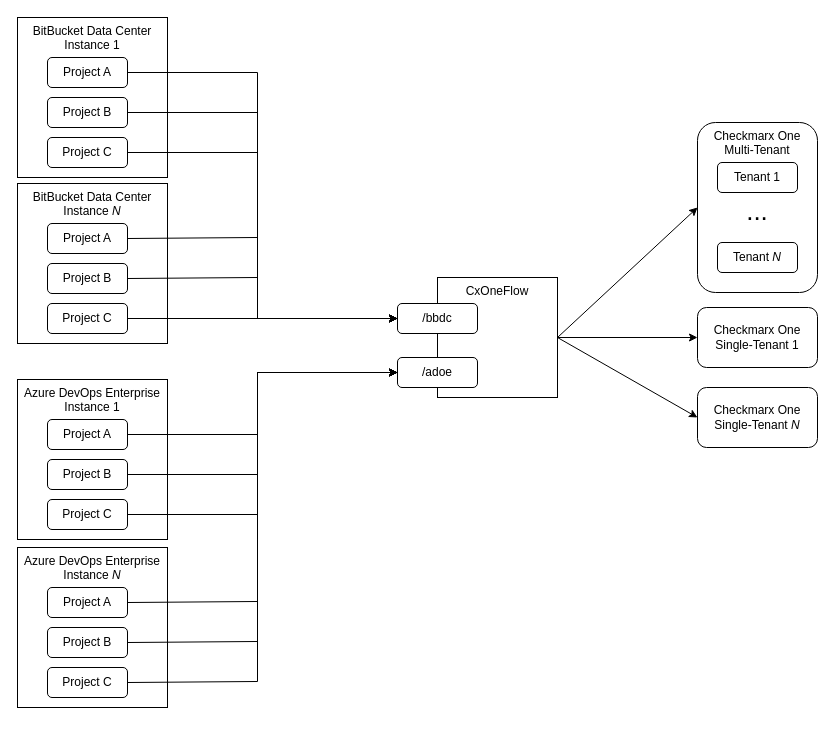
This is page "Webhooks" (1 of 6) of manual/graphics/cxoneflow-diagrams.drawio from rattalur/cxone-flow2, a draw.io file, before an edit. Source tidied: cells renumbered, new cells numbered last; positions are measured from the earlier drawing's top-left corner, leaving out a move shared by most shapes. Both pictures are drawn from the tidied source at 100%, with x=0, y=0 at pixel (17, 17).
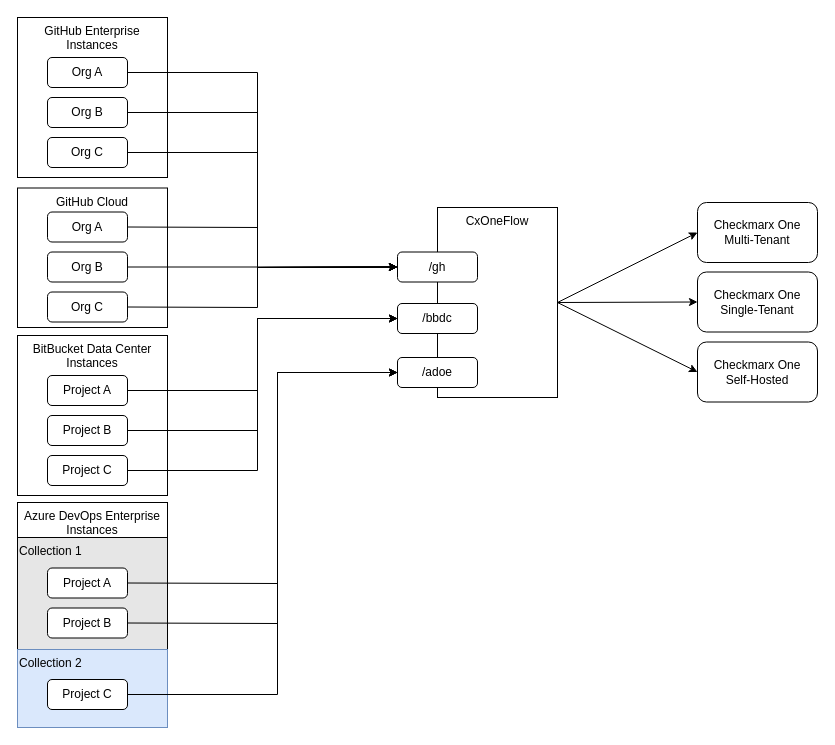
Above is the later version.

Change to the diagram source:
```diff
@@
-    <mxCell id="2" value="BitBucket Data Center&lt;div&gt;Instance 1&lt;/div&gt;" style="rounded=0;whiteSpace=wrap;html=1;verticalAlign=top;" parent="1" vertex="1">
+    <mxCell id="2" value="GitHub Enterprise&lt;div&gt;Instances&lt;/div&gt;" style="rounded=0;whiteSpace=wrap;html=1;verticalAlign=top;" parent="1" vertex="1">
       <mxGeometry width="150" height="160" as="geometry" />
     </mxCell>
-    <mxCell id="3" value="Project A" style="rounded=1;whiteSpace=wrap;html=1;" parent="1" vertex="1">
+    <mxCell id="3" value="Org A" style="rounded=1;whiteSpace=wrap;html=1;" parent="1" vertex="1">
       <mxGeometry x="30" y="40" width="80" height="30" as="geometry" />
     </mxCell>
-    <mxCell id="4" value="Project B" style="rounded=1;whiteSpace=wrap;html=1;" parent="1" vertex="1">
+    <mxCell id="4" value="Org B" style="rounded=1;whiteSpace=wrap;html=1;" parent="1" vertex="1">
       <mxGeometry x="30" y="80" width="80" height="30" as="geometry" />
     </mxCell>
-    <mxCell id="5" value="Project C" style="rounded=1;whiteSpace=wrap;html=1;" parent="1" vertex="1">
+    <mxCell id="5" value="Org C" style="rounded=1;whiteSpace=wrap;html=1;" parent="1" vertex="1">
       <mxGeometry x="30" y="120" width="80" height="30" as="geometry" />
     </mxCell>
-    <mxCell id="6" value="BitBucket Data Center&lt;div&gt;Instance &lt;i&gt;N&lt;/i&gt;&lt;/div&gt;" style="rounded=0;whiteSpace=wrap;html=1;verticalAlign=top;" parent="1" vertex="1">
-      <mxGeometry y="166" width="150" height="160" as="geometry" />
+    <mxCell id="6" value="BitBucket Data Center&lt;div&gt;Instances&lt;/div&gt;" style="rounded=0;whiteSpace=wrap;html=1;verticalAlign=top;" parent="1" vertex="1">
+      <mxGeometry y="318" width="150" height="160" as="geometry" />
     </mxCell>
     <mxCell id="7" value="Project A" style="rounded=1;whiteSpace=wrap;html=1;" parent="1" vertex="1">
-      <mxGeometry x="30" y="206" width="80" height="30" as="geometry" />
+      <mxGeometry x="30" y="358" width="80" height="30" as="geometry" />
     </mxCell>
     <mxCell id="8" value="Project B" style="rounded=1;whiteSpace=wrap;html=1;" parent="1" vertex="1">
-      <mxGeometry x="30" y="246" width="80" height="30" as="geometry" />
+      <mxGeometry x="30" y="398" width="80" height="30" as="geometry" />
     </mxCell>
     <mxCell id="9" value="Project C" style="rounded=1;whiteSpace=wrap;html=1;" parent="1" vertex="1">
-      <mxGeometry x="30" y="286" width="80" height="30" as="geometry" />
+      <mxGeometry x="30" y="438" width="80" height="30" as="geometry" />
     </mxCell>
-    <mxCell id="10" style="group;" parent="1" vertex="1">
-      <mxGeometry x="380" y="260" width="160" height="120" as="geometry" />
-    </mxCell>
-    <mxCell id="11" value="CxOneFlow" style="rounded=0;whiteSpace=wrap;html=1;verticalAlign=top;" parent="10" vertex="1">
-      <mxGeometry x="40" width="120" height="120" as="geometry" />
-    </mxCell>
-    <mxCell id="12" value="/bbdc" style="rounded=1;whiteSpace=wrap;html=1;" parent="10" vertex="1">
-      <mxGeometry y="26" width="80" height="30" as="geometry" />
-    </mxCell>
-    <mxCell id="13" value="/adoe" style="rounded=1;whiteSpace=wrap;html=1;" parent="10" vertex="1">
-      <mxGeometry y="80" width="80" height="30" as="geometry" />
-    </mxCell>
-    <mxCell id="14" value="Checkmarx One&lt;div&gt;Multi-Tenant&lt;/div&gt;" style="rounded=1;whiteSpace=wrap;html=1;verticalAlign=top;" parent="1" vertex="1">
-      <mxGeometry x="680" y="105" width="120" height="170" as="geometry" />
-    </mxCell>
-    <mxCell id="15" value="Checkmarx One&lt;div&gt;Single-Tenant &lt;i&gt;N&lt;/i&gt;&lt;/div&gt;" style="rounded=1;whiteSpace=wrap;html=1;" parent="1" vertex="1">
-      <mxGeometry x="680" y="370" width="120" height="60" as="geometry" />
+    <mxCell id="15" value="Checkmarx One&lt;div&gt;Self-Hosted&lt;/div&gt;" style="rounded=1;whiteSpace=wrap;html=1;" parent="1" vertex="1">
+      <mxGeometry x="680" y="324.5" width="120" height="60" as="geometry" />
     </mxCell>
-    <mxCell id="16" value="Checkmarx One&lt;div&gt;Single-Tenant 1&lt;/div&gt;" style="rounded=1;whiteSpace=wrap;html=1;" parent="1" vertex="1">
-      <mxGeometry x="680" y="290" width="120" height="60" as="geometry" />
+    <mxCell id="16" value="Checkmarx One&lt;div&gt;Single-Tenant&lt;/div&gt;" style="rounded=1;whiteSpace=wrap;html=1;" parent="1" vertex="1">
+      <mxGeometry x="680" y="254.5" width="120" height="60" as="geometry" />
     </mxCell>
-    <mxCell id="17" value="Tenant 1" style="rounded=1;whiteSpace=wrap;html=1;" parent="1" vertex="1">
-      <mxGeometry x="700" y="145" width="80" height="30" as="geometry" />
-    </mxCell>
-    <mxCell id="18" value="Tenant &lt;i&gt;N&lt;/i&gt;" style="rounded=1;whiteSpace=wrap;html=1;" parent="1" vertex="1">
-      <mxGeometry x="700" y="225" width="80" height="30" as="geometry" />
-    </mxCell>
-    <mxCell id="19" value="..." style="text;strokeColor=none;align=center;fillColor=none;html=1;verticalAlign=middle;whiteSpace=wrap;rounded=0;fontSize=26;" parent="1" vertex="1">
-      <mxGeometry x="710" y="179" width="60" height="30" as="geometry" />
-    </mxCell>
-    <mxCell id="20" value="Azure DevOps Enterprise&lt;div&gt;Instance &lt;i&gt;N&lt;/i&gt;&lt;/div&gt;" style="rounded=0;whiteSpace=wrap;html=1;verticalAlign=top;" parent="1" vertex="1">
-      <mxGeometry y="530" width="150" height="160" as="geometry" />
+    <mxCell id="20" value="Azure DevOps Enterprise&lt;div&gt;Instances&lt;/div&gt;" style="rounded=0;whiteSpace=wrap;html=1;verticalAlign=top;" parent="1" vertex="1">
+      <mxGeometry y="485" width="150" height="221" as="geometry" />
     </mxCell>
-    <mxCell id="21" value="Azure DevOps Enterprise&lt;div&gt;Instance 1&lt;/div&gt;" style="rounded=0;whiteSpace=wrap;html=1;verticalAlign=top;" parent="1" vertex="1">
-      <mxGeometry y="362" width="150" height="160" as="geometry" />
-    </mxCell>
-    <mxCell id="22" value="Project A" style="rounded=1;whiteSpace=wrap;html=1;" parent="1" vertex="1">
-      <mxGeometry x="30" y="402" width="80" height="30" as="geometry" />
-    </mxCell>
-    <mxCell id="23" value="Project B" style="rounded=1;whiteSpace=wrap;html=1;" parent="1" vertex="1">
-      <mxGeometry x="30" y="442" width="80" height="30" as="geometry" />
-    </mxCell>
-    <mxCell id="24" value="Project C" style="rounded=1;whiteSpace=wrap;html=1;" parent="1" vertex="1">
-      <mxGeometry x="30" y="482" width="80" height="30" as="geometry" />
-    </mxCell>
+    <mxCell id="43" value="Collection 1" style="rounded=0;whiteSpace=wrap;html=1;align=left;verticalAlign=top;fillColor=#E6E6E6;" parent="1" vertex="1">
+      <mxGeometry y="520" width="150" height="112" as="geometry" />
+    </mxCell>
     <mxCell id="25" value="Project A" style="rounded=1;whiteSpace=wrap;html=1;" parent="1" vertex="1">
-      <mxGeometry x="30" y="570" width="80" height="30" as="geometry" />
+      <mxGeometry x="30" y="550.5" width="80" height="30" as="geometry" />
     </mxCell>
     <mxCell id="26" value="Project B" style="rounded=1;whiteSpace=wrap;html=1;" parent="1" vertex="1">
-      <mxGeometry x="30" y="610" width="80" height="30" as="geometry" />
+      <mxGeometry x="30" y="590.5" width="80" height="30" as="geometry" />
     </mxCell>
+    <mxCell id="44" value="Collection 2" style="rounded=0;whiteSpace=wrap;html=1;align=left;verticalAlign=top;fillColor=#dae8fc;strokeColor=#6c8ebf;" parent="1" vertex="1">
+      <mxGeometry y="632" width="150" height="78" as="geometry" />
+    </mxCell>
     <mxCell id="27" value="Project C" style="rounded=1;whiteSpace=wrap;html=1;" parent="1" vertex="1">
-      <mxGeometry x="30" y="650" width="80" height="30" as="geometry" />
+      <mxGeometry x="30" y="662" width="80" height="30" as="geometry" />
     </mxCell>
@@
-    <mxCell id="31" style="endArrow=classic;html=1;rounded=0;exitX=1;exitY=0.5;exitDx=0;exitDy=0;entryX=0;entryY=0.5;entryDx=0;entryDy=0;" parent="1" edge="1" source="22" target="13">
-      <mxGeometry relative="1" as="geometry">
-        <Array as="points">
-          <mxPoint x="240" y="417" />
-          <mxPoint x="240" y="355" />
-        </Array>
-      </mxGeometry>
-    </mxCell>
-    <mxCell id="32" style="endArrow=classic;html=1;rounded=0;exitX=1;exitY=0.5;exitDx=0;exitDy=0;entryX=0;entryY=0.5;entryDx=0;entryDy=0;" parent="1" edge="1" source="23" target="13">
-      <mxGeometry relative="1" as="geometry">
-        <Array as="points">
-          <mxPoint x="240" y="457" />
-          <mxPoint x="240" y="420" />
-          <mxPoint x="240" y="355" />
-        </Array>
-      </mxGeometry>
-    </mxCell>
-    <mxCell id="33" style="endArrow=classic;html=1;rounded=0;exitX=1;exitY=0.5;exitDx=0;exitDy=0;entryX=0;entryY=0.5;entryDx=0;entryDy=0;" parent="1" edge="1" source="24" target="13">
-      <mxGeometry relative="1" as="geometry">
-        <Array as="points">
-          <mxPoint x="240" y="497" />
-          <mxPoint x="240" y="355" />
-        </Array>
-      </mxGeometry>
-    </mxCell>
-    <mxCell id="34" style="endArrow=classic;html=1;rounded=0;exitX=1;exitY=0.5;exitDx=0;exitDy=0;entryX=0;entryY=0.5;entryDx=0;entryDy=0;" parent="1" edge="1" source="25" target="13">
-      <mxGeometry relative="1" as="geometry">
-        <Array as="points">
-          <mxPoint x="240" y="584" />
-          <mxPoint x="240" y="522" />
-          <mxPoint x="240" y="355" />
-        </Array>
-      </mxGeometry>
-    </mxCell>
-    <mxCell id="35" style="endArrow=classic;html=1;rounded=0;exitX=1;exitY=0.5;exitDx=0;exitDy=0;entryX=0;entryY=0.5;entryDx=0;entryDy=0;" parent="1" edge="1" source="26" target="13">
-      <mxGeometry relative="1" as="geometry">
-        <Array as="points">
-          <mxPoint x="240" y="624" />
-          <mxPoint x="240" y="587" />
-          <mxPoint x="240" y="522" />
-          <mxPoint x="240" y="355" />
-        </Array>
-      </mxGeometry>
-    </mxCell>
-    <mxCell id="36" style="endArrow=classic;html=1;rounded=0;exitX=1;exitY=0.5;exitDx=0;exitDy=0;entryX=0;entryY=0.5;entryDx=0;entryDy=0;" parent="1" edge="1" source="27" target="13">
-      <mxGeometry relative="1" as="geometry">
-        <Array as="points">
-          <mxPoint x="240" y="664" />
-          <mxPoint x="240" y="522" />
-          <mxPoint x="240" y="355" />
-        </Array>
-      </mxGeometry>
-    </mxCell>
     <mxCell id="37" style="endArrow=classic;html=1;rounded=0;entryX=0;entryY=0.5;entryDx=0;entryDy=0;exitX=1;exitY=0.5;exitDx=0;exitDy=0;" parent="1" edge="1" source="9" target="12">
-      <mxGeometry relative="1" as="geometry" />
+      <mxGeometry relative="1" as="geometry">
+        <Array as="points">
+          <mxPoint x="240" y="453" />
+          <mxPoint x="240" y="301" />
+        </Array>
+      </mxGeometry>
     </mxCell>
     <mxCell id="38" style="endArrow=classic;html=1;rounded=0;exitX=1;exitY=0.5;exitDx=0;exitDy=0;entryX=0;entryY=0.5;entryDx=0;entryDy=0;" parent="1" edge="1" source="8" target="12">
       <mxGeometry relative="1" as="geometry">
         <Array as="points">
-          <mxPoint x="240" y="260" />
+          <mxPoint x="240" y="413" />
           <mxPoint x="240" y="301" />
         </Array>
       </mxGeometry>
     </mxCell>
     <mxCell id="39" style="endArrow=classic;html=1;rounded=0;exitX=1;exitY=0.5;exitDx=0;exitDy=0;entryX=0;entryY=0.5;entryDx=0;entryDy=0;" parent="1" edge="1" source="7" target="12">
       <mxGeometry relative="1" as="geometry">
         <Array as="points">
-          <mxPoint x="240" y="220" />
+          <mxPoint x="240" y="373" />
           <mxPoint x="240" y="301" />
         </Array>
       </mxGeometry>
     </mxCell>
-    <mxCell id="40" style="endArrow=classic;html=1;rounded=0;exitX=1;exitY=0.5;exitDx=0;exitDy=0;entryX=0;entryY=0.5;entryDx=0;entryDy=0;" parent="1" edge="1" source="5" target="12">
+    <mxCell id="40" style="endArrow=classic;html=1;rounded=0;exitX=1;exitY=0.5;exitDx=0;exitDy=0;entryX=0;entryY=0.5;entryDx=0;entryDy=0;" parent="1" edge="1" source="5" target="45">
       <mxGeometry relative="1" as="geometry">
         <Array as="points">
           <mxPoint x="240" y="135" />
-          <mxPoint x="240" y="301" />
+          <mxPoint x="240" y="250" />
         </Array>
       </mxGeometry>
     </mxCell>
-    <mxCell id="41" style="endArrow=classic;html=1;rounded=0;exitX=1;exitY=0.5;exitDx=0;exitDy=0;entryX=0;entryY=0.5;entryDx=0;entryDy=0;" parent="1" edge="1" source="4" target="12">
+    <mxCell id="41" style="endArrow=classic;html=1;rounded=0;exitX=1;exitY=0.5;exitDx=0;exitDy=0;entryX=0;entryY=0.5;entryDx=0;entryDy=0;" parent="1" edge="1" source="4" target="45">
       <mxGeometry relative="1" as="geometry">
         <Array as="points">
           <mxPoint x="240" y="95" />
-          <mxPoint x="240" y="301" />
+          <mxPoint x="240" y="250" />
         </Array>
       </mxGeometry>
     </mxCell>
-    <mxCell id="42" style="endArrow=classic;html=1;rounded=0;exitX=1;exitY=0.5;exitDx=0;exitDy=0;entryX=0;entryY=0.5;entryDx=0;entryDy=0;" parent="1" edge="1" source="3" target="12">
+    <mxCell id="42" style="endArrow=classic;html=1;rounded=0;exitX=1;exitY=0.5;exitDx=0;exitDy=0;entryX=0;entryY=0.5;entryDx=0;entryDy=0;" parent="1" edge="1" source="3" target="45">
       <mxGeometry relative="1" as="geometry">
         <Array as="points">
           <mxPoint x="240" y="55" />
-          <mxPoint x="240" y="301" />
+          <mxPoint x="240" y="250" />
         </Array>
       </mxGeometry>
     </mxCell>
+    <mxCell id="11" value="CxOneFlow" style="rounded=0;whiteSpace=wrap;html=1;verticalAlign=top;" parent="1" vertex="1">
+      <mxGeometry x="420" y="190" width="120" height="190" as="geometry" />
+    </mxCell>
+    <mxCell id="12" value="/bbdc" style="rounded=1;whiteSpace=wrap;html=1;" parent="1" vertex="1">
+      <mxGeometry x="380" y="286" width="80" height="30" as="geometry" />
+    </mxCell>
+    <mxCell id="13" value="/adoe" style="rounded=1;whiteSpace=wrap;html=1;" parent="1" vertex="1">
+      <mxGeometry x="380" y="340" width="80" height="30" as="geometry" />
+    </mxCell>
+    <mxCell id="45" value="/gh" style="rounded=1;whiteSpace=wrap;html=1;" parent="1" vertex="1">
+      <mxGeometry x="380" y="234.5" width="80" height="30" as="geometry" />
+    </mxCell>
+    <mxCell id="46" value="GitHub Cloud" style="rounded=0;whiteSpace=wrap;html=1;verticalAlign=top;" parent="1" vertex="1">
+      <mxGeometry y="170.5" width="150" height="139.5" as="geometry" />
+    </mxCell>
+    <mxCell id="47" value="Org A" style="rounded=1;whiteSpace=wrap;html=1;" parent="1" vertex="1">
+      <mxGeometry x="30" y="194.5" width="80" height="30" as="geometry" />
+    </mxCell>
+    <mxCell id="48" value="Org B" style="rounded=1;whiteSpace=wrap;html=1;" parent="1" vertex="1">
+      <mxGeometry x="30" y="234.5" width="80" height="30" as="geometry" />
+    </mxCell>
+    <mxCell id="49" value="Org C" style="rounded=1;whiteSpace=wrap;html=1;" parent="1" vertex="1">
+      <mxGeometry x="30" y="274.5" width="80" height="30" as="geometry" />
+    </mxCell>
+    <mxCell id="50" style="endArrow=classic;html=1;rounded=0;entryX=0;entryY=0.5;entryDx=0;entryDy=0;exitX=1;exitY=0.5;exitDx=0;exitDy=0;" parent="1" edge="1" source="48" target="45">
+      <mxGeometry relative="1" as="geometry" />
+    </mxCell>
+    <mxCell id="51" style="endArrow=classic;html=1;rounded=0;entryX=0;entryY=0.5;entryDx=0;entryDy=0;exitX=1;exitY=0.5;exitDx=0;exitDy=0;" parent="1" edge="1" source="47" target="45">
+      <mxGeometry relative="1" as="geometry">
+        <Array as="points">
+          <mxPoint x="240" y="210" />
+          <mxPoint x="240" y="250" />
+        </Array>
+      </mxGeometry>
+    </mxCell>
+    <mxCell id="52" style="endArrow=classic;html=1;rounded=0;entryX=0;entryY=0.5;entryDx=0;entryDy=0;exitX=1;exitY=0.5;exitDx=0;exitDy=0;" parent="1" edge="1" source="49" target="45">
+      <mxGeometry relative="1" as="geometry">
+        <Array as="points">
+          <mxPoint x="240" y="290" />
+          <mxPoint x="240" y="250" />
+        </Array>
+      </mxGeometry>
+    </mxCell>
+    <mxCell id="14" value="Checkmarx One&lt;div&gt;Multi-Tenant&lt;/div&gt;" style="rounded=1;whiteSpace=wrap;html=1;" parent="1" vertex="1">
+      <mxGeometry x="680" y="185" width="120" height="60" as="geometry" />
+    </mxCell>
+    <mxCell id="34" style="endArrow=classic;html=1;rounded=0;exitX=1;exitY=0.5;exitDx=0;exitDy=0;entryX=0;entryY=0.5;entryDx=0;entryDy=0;" parent="1" edge="1" source="25" target="13">
+      <mxGeometry relative="1" as="geometry">
+        <Array as="points">
+          <mxPoint x="260" y="566" />
+          <mxPoint x="260" y="355" />
+        </Array>
+      </mxGeometry>
+    </mxCell>
+    <mxCell id="35" style="endArrow=classic;html=1;rounded=0;entryX=0;entryY=0.5;entryDx=0;entryDy=0;exitX=1;exitY=0.5;exitDx=0;exitDy=0;" parent="1" edge="1" source="26" target="13">
+      <mxGeometry relative="1" as="geometry">
+        <Array as="points">
+          <mxPoint x="260" y="606" />
+          <mxPoint x="260" y="355" />
+        </Array>
+      </mxGeometry>
+    </mxCell>
+    <mxCell id="36" style="endArrow=classic;html=1;rounded=0;entryX=0;entryY=0.5;entryDx=0;entryDy=0;exitX=1;exitY=0.5;exitDx=0;exitDy=0;" parent="1" edge="1" source="27" target="13">
+      <mxGeometry relative="1" as="geometry">
+        <Array as="points">
+          <mxPoint x="260" y="677" />
+          <mxPoint x="260" y="355" />
+        </Array>
+      </mxGeometry>
+    </mxCell>
```
